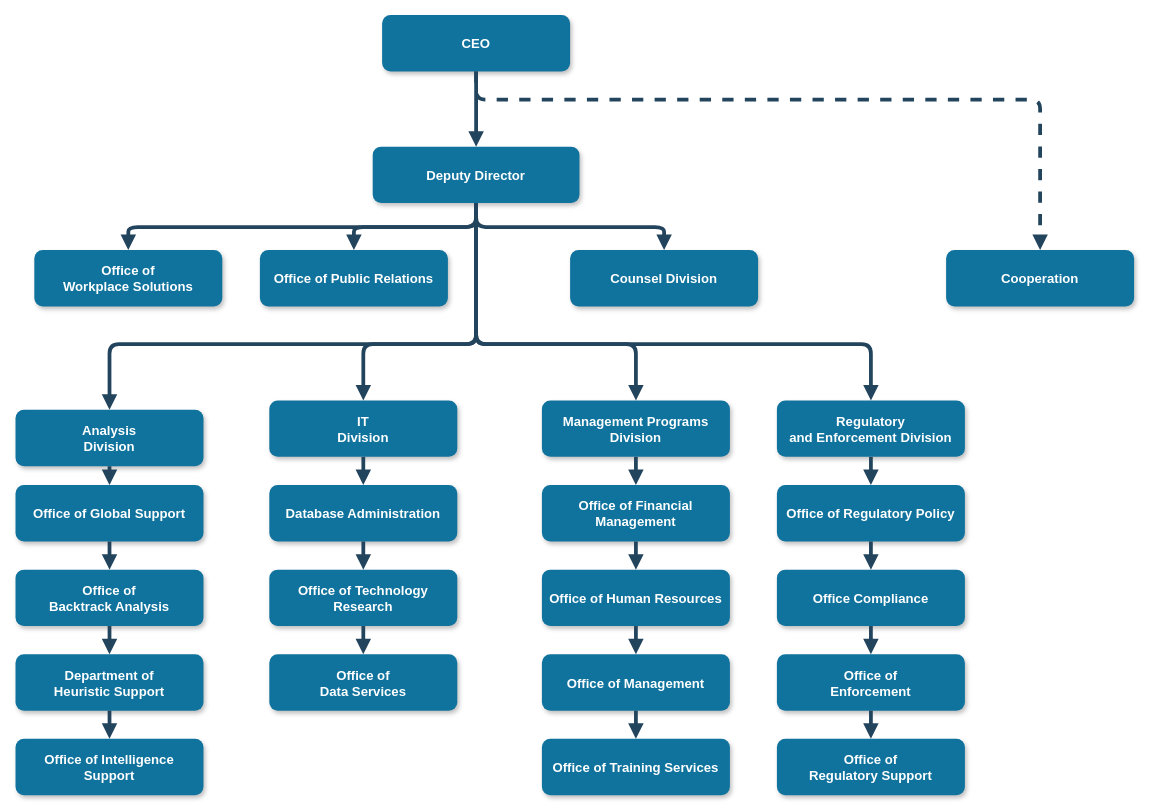
chillin2/MyDraw.io keeps this draw.io diagram as EABS/Document_Pack/ASDD/eabs_asdd_draw_01.drawio. Above is the earlier version. Source tidied: cells renumbered, new cells numbered last; positions are measured from the earlier drawing's top-left corner, leaving out a move shared by most shapes. Both pictures are drawn from the tidied source at 94%, with x=0, y=0 at pixel (15, 15).
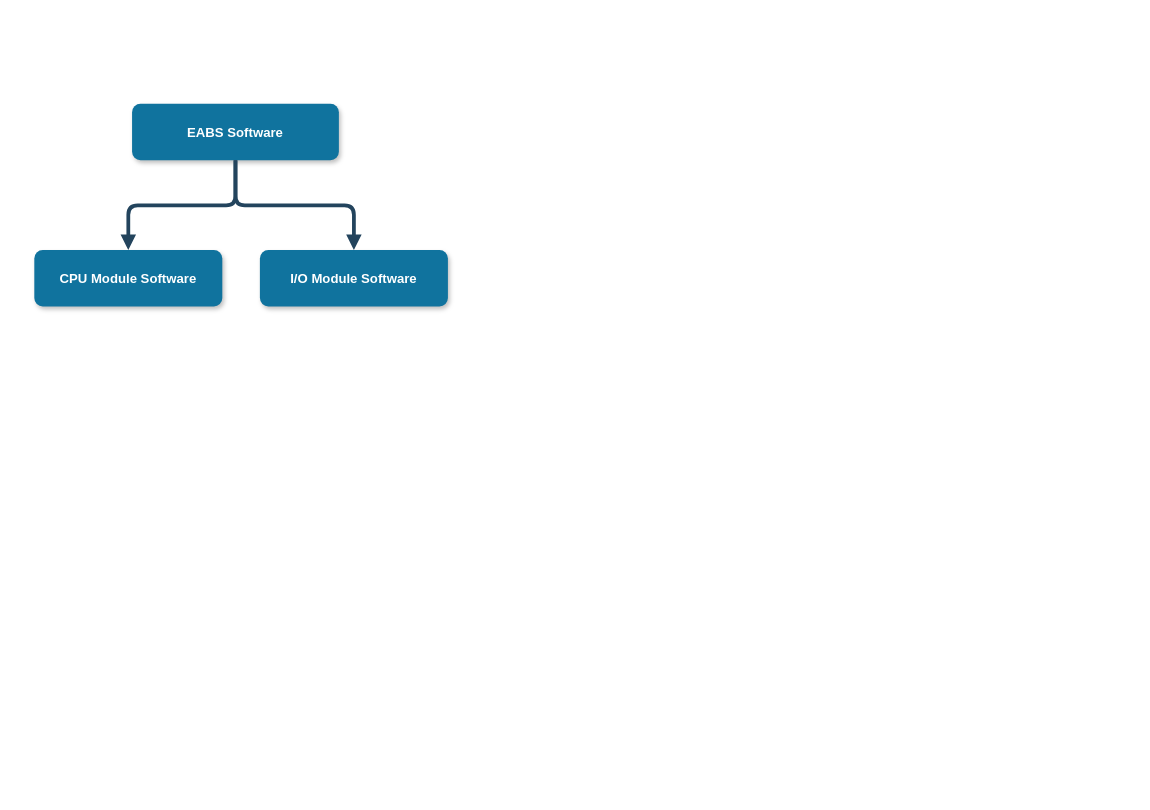
After the change.

Change to the diagram source:
```diff
@@
-    <mxCell id="2" value="CEO" style="rounded=1;fillColor=#10739E;strokeColor=none;shadow=1;gradientColor=none;fontStyle=1;fontColor=#FFFFFF;fontSize=14;" parent="1" vertex="1">
-      <mxGeometry x="390" y="-0.5" width="200" height="60" as="geometry" />
-    </mxCell>
-    <mxCell id="3" value="Deputy Director" style="rounded=1;fillColor=#10739E;strokeColor=none;shadow=1;gradientColor=none;fontStyle=1;fontColor=#FFFFFF;fontSize=14;" parent="1" vertex="1">
-      <mxGeometry x="380" y="139.5" width="220" height="60" as="geometry" />
+    <mxCell id="3" value="EABS Software" style="rounded=1;fillColor=#10739E;strokeColor=none;shadow=1;gradientColor=none;fontStyle=1;fontColor=#FFFFFF;fontSize=14;" parent="1" vertex="1">
+      <mxGeometry x="124" y="94" width="220" height="60" as="geometry" />
     </mxCell>
-    <mxCell id="4" value="Office of &#10;Workplace Solutions" style="rounded=1;fillColor=#10739E;strokeColor=none;shadow=1;gradientColor=none;fontStyle=1;fontColor=#FFFFFF;fontSize=14;" parent="1" vertex="1">
+    <mxCell id="4" value="CPU Module Software" style="rounded=1;fillColor=#10739E;strokeColor=none;shadow=1;gradientColor=none;fontStyle=1;fontColor=#FFFFFF;fontSize=14;" parent="1" vertex="1">
       <mxGeometry x="20" y="249.5" width="200" height="60" as="geometry" />
     </mxCell>
-    <mxCell id="5" value="Office of Public Relations" style="rounded=1;fillColor=#10739E;strokeColor=none;shadow=1;gradientColor=none;fontStyle=1;fontColor=#FFFFFF;fontSize=14;" parent="1" vertex="1">
+    <mxCell id="5" value="I/O Module Software" style="rounded=1;fillColor=#10739E;strokeColor=none;shadow=1;gradientColor=none;fontStyle=1;fontColor=#FFFFFF;fontSize=14;" parent="1" vertex="1">
       <mxGeometry x="260" y="249.5" width="200" height="60" as="geometry" />
     </mxCell>
-    <mxCell id="6" value="Counsel Division" style="rounded=1;fillColor=#10739E;strokeColor=none;shadow=1;gradientColor=none;fontStyle=1;fontColor=#FFFFFF;fontSize=14;" parent="1" vertex="1">
-      <mxGeometry x="590" y="249.5" width="200" height="60" as="geometry" />
-    </mxCell>
-    <mxCell id="7" value="Cooperation" style="rounded=1;fillColor=#10739E;strokeColor=none;shadow=1;gradientColor=none;fontStyle=1;fontColor=#FFFFFF;fontSize=14;" parent="1" vertex="1">
-      <mxGeometry x="990" y="249.5" width="200" height="60" as="geometry" />
-    </mxCell>
-    <mxCell id="8" value="Analysis &#10;Division" style="rounded=1;fillColor=#10739E;strokeColor=none;shadow=1;gradientColor=none;fontStyle=1;fontColor=#FFFFFF;fontSize=14;" parent="1" vertex="1">
-      <mxGeometry y="419.5" width="200" height="60" as="geometry" />
-    </mxCell>
-    <mxCell id="9" value="Office of Global Support" style="rounded=1;fillColor=#10739E;strokeColor=none;shadow=1;gradientColor=none;fontStyle=1;fontColor=#FFFFFF;fontSize=14;" parent="1" vertex="1">
-      <mxGeometry y="499.5" width="200" height="60" as="geometry" />
-    </mxCell>
-    <mxCell id="10" value="Office of &#10;Backtrack Analysis" style="rounded=1;fillColor=#10739E;strokeColor=none;shadow=1;gradientColor=none;fontStyle=1;fontColor=#FFFFFF;fontSize=14;" parent="1" vertex="1">
-      <mxGeometry y="589.5" width="200" height="60" as="geometry" />
-    </mxCell>
-    <mxCell id="11" value="Department of &#10;Heuristic Support" style="rounded=1;fillColor=#10739E;strokeColor=none;shadow=1;gradientColor=none;fontStyle=1;fontColor=#FFFFFF;fontSize=14;" parent="1" vertex="1">
-      <mxGeometry y="679.5" width="200" height="60" as="geometry" />
-    </mxCell>
-    <mxCell id="12" value="Office of Intelligence &#10;Support" style="rounded=1;fillColor=#10739E;strokeColor=none;shadow=1;gradientColor=none;fontStyle=1;fontColor=#FFFFFF;fontSize=14;" parent="1" vertex="1">
-      <mxGeometry y="769.5" width="200" height="60" as="geometry" />
-    </mxCell>
-    <mxCell id="13" value="IT&#10;Division" style="rounded=1;fillColor=#10739E;strokeColor=none;shadow=1;gradientColor=none;fontStyle=1;fontColor=#FFFFFF;fontSize=14;" parent="1" vertex="1">
-      <mxGeometry x="270" y="409.5" width="200" height="60" as="geometry" />
-    </mxCell>
-    <mxCell id="14" value="Database Administration" style="rounded=1;fillColor=#10739E;strokeColor=none;shadow=1;gradientColor=none;fontStyle=1;fontColor=#FFFFFF;fontSize=14;" parent="1" vertex="1">
-      <mxGeometry x="270" y="499.5" width="200" height="60" as="geometry" />
-    </mxCell>
-    <mxCell id="15" value="Office of Technology &#10;Research" style="rounded=1;fillColor=#10739E;strokeColor=none;shadow=1;gradientColor=none;fontStyle=1;fontColor=#FFFFFF;fontSize=14;" parent="1" vertex="1">
-      <mxGeometry x="270" y="589.5" width="200" height="60" as="geometry" />
-    </mxCell>
-    <mxCell id="16" value="Office of&#10;Data Services" style="rounded=1;fillColor=#10739E;strokeColor=none;shadow=1;gradientColor=none;fontStyle=1;fontColor=#FFFFFF;fontSize=14;" parent="1" vertex="1">
-      <mxGeometry x="270" y="679.5" width="200" height="60" as="geometry" />
-    </mxCell>
-    <mxCell id="17" value="Management Programs &#10;Division" style="rounded=1;fillColor=#10739E;strokeColor=none;shadow=1;gradientColor=none;fontStyle=1;fontColor=#FFFFFF;fontSize=14;" parent="1" vertex="1">
-      <mxGeometry x="560" y="409.5" width="200" height="60" as="geometry" />
-    </mxCell>
-    <mxCell id="18" value="Office of Financial &#10;Management" style="rounded=1;fillColor=#10739E;strokeColor=none;shadow=1;gradientColor=none;fontStyle=1;fontColor=#FFFFFF;fontSize=14;" parent="1" vertex="1">
-      <mxGeometry x="560" y="499.5" width="200" height="60" as="geometry" />
-    </mxCell>
-    <mxCell id="19" value="Office of Human Resources" style="rounded=1;fillColor=#10739E;strokeColor=none;shadow=1;gradientColor=none;fontStyle=1;fontColor=#FFFFFF;fontSize=14;" parent="1" vertex="1">
-      <mxGeometry x="560" y="589.5" width="200" height="60" as="geometry" />
-    </mxCell>
-    <mxCell id="20" value="Office of Management " style="rounded=1;fillColor=#10739E;strokeColor=none;shadow=1;gradientColor=none;fontStyle=1;fontColor=#FFFFFF;fontSize=14;" parent="1" vertex="1">
-      <mxGeometry x="560" y="679.5" width="200" height="60" as="geometry" />
-    </mxCell>
-    <mxCell id="21" value="Office of Training Services" style="rounded=1;fillColor=#10739E;strokeColor=none;shadow=1;gradientColor=none;fontStyle=1;fontColor=#FFFFFF;fontSize=14;" parent="1" vertex="1">
-      <mxGeometry x="560" y="769.5" width="200" height="60" as="geometry" />
-    </mxCell>
-    <mxCell id="22" value="Regulatory &#10;and Enforcement Division" style="rounded=1;fillColor=#10739E;strokeColor=none;shadow=1;gradientColor=none;fontStyle=1;fontColor=#FFFFFF;fontSize=14;" parent="1" vertex="1">
-      <mxGeometry x="810" y="409.5" width="200" height="60" as="geometry" />
-    </mxCell>
-    <mxCell id="23" value="Office of Regulatory Policy" style="rounded=1;fillColor=#10739E;strokeColor=none;shadow=1;gradientColor=none;fontStyle=1;fontColor=#FFFFFF;fontSize=14;" parent="1" vertex="1">
-      <mxGeometry x="810" y="499.5" width="200" height="60" as="geometry" />
-    </mxCell>
-    <mxCell id="24" value="Office Compliance" style="rounded=1;fillColor=#10739E;strokeColor=none;shadow=1;gradientColor=none;fontStyle=1;fontColor=#FFFFFF;fontSize=14;" parent="1" vertex="1">
-      <mxGeometry x="810" y="589.5" width="200" height="60" as="geometry" />
-    </mxCell>
-    <mxCell id="25" value="Office of &#10;Enforcement" style="rounded=1;fillColor=#10739E;strokeColor=none;shadow=1;gradientColor=none;fontStyle=1;fontColor=#FFFFFF;fontSize=14;" parent="1" vertex="1">
-      <mxGeometry x="810" y="679.5" width="200" height="60" as="geometry" />
-    </mxCell>
-    <mxCell id="26" value="Office of&#10; Regulatory Support" style="rounded=1;fillColor=#10739E;strokeColor=none;shadow=1;gradientColor=none;fontStyle=1;fontColor=#FFFFFF;fontSize=14;" parent="1" vertex="1">
-      <mxGeometry x="810" y="769.5" width="200" height="60" as="geometry" />
-    </mxCell>
-    <mxCell id="27" style="edgeStyle=elbowEdgeStyle;elbow=vertical;strokeWidth=4;endArrow=block;endFill=1;fontStyle=1;strokeColor=#23445D;" parent="1" edge="1" source="2" target="3">
-      <mxGeometry x="22" y="165.5" as="geometry" />
-    </mxCell>
@@
-    <mxCell id="30" style="edgeStyle=elbowEdgeStyle;elbow=vertical;strokeWidth=4;endArrow=block;endFill=1;fontStyle=1;strokeColor=#23445D;" parent="1" edge="1" source="3" target="6">
-      <mxGeometry x="22" y="165.5" as="geometry" />
-    </mxCell>
-    <mxCell id="31" style="edgeStyle=elbowEdgeStyle;elbow=vertical;strokeWidth=4;endArrow=block;endFill=1;fontStyle=1;dashed=1;strokeColor=#23445D;" parent="1" edge="1" source="2" target="7">
-      <mxGeometry x="22" y="165.5" as="geometry">
-        <Array as="points">
-          <mxPoint x="780" y="89.5" />
-        </Array>
-      </mxGeometry>
-    </mxCell>
-    <mxCell id="32" style="edgeStyle=elbowEdgeStyle;elbow=vertical;strokeWidth=4;endArrow=block;endFill=1;fontStyle=1;strokeColor=#23445D;" parent="1" edge="1" source="3" target="8">
-      <mxGeometry x="22" y="165.5" as="geometry">
-        <Array as="points">
-          <mxPoint x="270" y="349.5" />
-        </Array>
-      </mxGeometry>
-    </mxCell>
-    <mxCell id="33" style="edgeStyle=elbowEdgeStyle;elbow=vertical;strokeWidth=4;endArrow=block;endFill=1;fontStyle=1;strokeColor=#23445D;" parent="1" edge="1" source="3" target="22">
-      <mxGeometry x="22" y="165.5" as="geometry">
-        <Array as="points">
-          <mxPoint x="690" y="349.5" />
-        </Array>
-      </mxGeometry>
-    </mxCell>
-    <mxCell id="34" style="edgeStyle=elbowEdgeStyle;elbow=vertical;strokeWidth=4;endArrow=block;endFill=1;fontStyle=1;strokeColor=#23445D;" parent="1" edge="1" source="8" target="9">
-      <mxGeometry x="62" y="165.5" as="geometry" />
-    </mxCell>
-    <mxCell id="35" style="edgeStyle=elbowEdgeStyle;elbow=vertical;strokeWidth=4;endArrow=block;endFill=1;fontStyle=1;strokeColor=#23445D;" parent="1" edge="1" source="9" target="10">
-      <mxGeometry x="62" y="175.5" as="geometry" />
-    </mxCell>
-    <mxCell id="36" style="edgeStyle=elbowEdgeStyle;elbow=vertical;strokeWidth=4;endArrow=block;endFill=1;fontStyle=1;strokeColor=#23445D;" parent="1" edge="1" source="10" target="11">
-      <mxGeometry x="62" y="185.5" as="geometry" />
-    </mxCell>
-    <mxCell id="37" style="edgeStyle=elbowEdgeStyle;elbow=vertical;strokeWidth=4;endArrow=block;endFill=1;fontStyle=1;strokeColor=#23445D;" parent="1" edge="1" source="11" target="12">
-      <mxGeometry x="62" y="195.5" as="geometry" />
-    </mxCell>
-    <mxCell id="38" style="edgeStyle=elbowEdgeStyle;elbow=vertical;strokeWidth=4;endArrow=block;endFill=1;fontStyle=1;strokeColor=#23445D;" parent="1" edge="1" source="13" target="14">
-      <mxGeometry x="62" y="165.5" as="geometry" />
-    </mxCell>
-    <mxCell id="39" style="edgeStyle=elbowEdgeStyle;elbow=vertical;strokeWidth=4;endArrow=block;endFill=1;fontStyle=1;strokeColor=#23445D;" parent="1" edge="1" source="14" target="15">
-      <mxGeometry x="62" y="175.5" as="geometry" />
-    </mxCell>
-    <mxCell id="40" style="edgeStyle=elbowEdgeStyle;elbow=vertical;strokeWidth=4;endArrow=block;endFill=1;fontStyle=1;strokeColor=#23445D;" parent="1" edge="1" source="15" target="16">
-      <mxGeometry x="62" y="185.5" as="geometry" />
-    </mxCell>
-    <mxCell id="41" style="edgeStyle=elbowEdgeStyle;elbow=vertical;strokeWidth=4;endArrow=block;endFill=1;fontStyle=1;strokeColor=#23445D;" parent="1" edge="1" source="17" target="18">
-      <mxGeometry x="72" y="165.5" as="geometry" />
-    </mxCell>
-    <mxCell id="42" style="edgeStyle=elbowEdgeStyle;elbow=vertical;strokeWidth=4;endArrow=block;endFill=1;fontStyle=1;strokeColor=#23445D;" parent="1" edge="1" source="18" target="19">
-      <mxGeometry x="72" y="175.5" as="geometry" />
-    </mxCell>
-    <mxCell id="43" style="edgeStyle=elbowEdgeStyle;elbow=vertical;strokeWidth=4;endArrow=block;endFill=1;fontStyle=1;strokeColor=#23445D;" parent="1" edge="1" source="19" target="20">
-      <mxGeometry x="72" y="185.5" as="geometry" />
-    </mxCell>
-    <mxCell id="44" style="edgeStyle=elbowEdgeStyle;elbow=vertical;strokeWidth=4;endArrow=block;endFill=1;fontStyle=1;strokeColor=#23445D;" parent="1" edge="1" source="20" target="21">
-      <mxGeometry x="72" y="195.5" as="geometry" />
-    </mxCell>
-    <mxCell id="45" style="edgeStyle=elbowEdgeStyle;elbow=vertical;strokeWidth=4;endArrow=block;endFill=1;fontStyle=1;strokeColor=#23445D;" parent="1" edge="1" source="22" target="23">
-      <mxGeometry x="72" y="165.5" as="geometry" />
-    </mxCell>
-    <mxCell id="46" style="edgeStyle=elbowEdgeStyle;elbow=vertical;strokeWidth=4;endArrow=block;endFill=1;fontStyle=1;strokeColor=#23445D;" parent="1" edge="1" source="23" target="24">
-      <mxGeometry x="72" y="175.5" as="geometry" />
-    </mxCell>
-    <mxCell id="47" style="edgeStyle=elbowEdgeStyle;elbow=vertical;strokeWidth=4;endArrow=block;endFill=1;fontStyle=1;strokeColor=#23445D;" parent="1" edge="1" source="24" target="25">
-      <mxGeometry x="72" y="185.5" as="geometry" />
-    </mxCell>
-    <mxCell id="48" style="edgeStyle=elbowEdgeStyle;elbow=vertical;strokeWidth=4;endArrow=block;endFill=1;fontStyle=1;strokeColor=#23445D;" parent="1" edge="1" source="25" target="26">
-      <mxGeometry x="72" y="195.5" as="geometry" />
-    </mxCell>
-    <mxCell id="49" style="edgeStyle=elbowEdgeStyle;elbow=vertical;strokeWidth=4;endArrow=block;endFill=1;fontStyle=1;strokeColor=#23445D;" parent="1" edge="1" source="3" target="13">
-      <mxGeometry x="22" y="165.5" as="geometry">
-        <Array as="points">
-          <mxPoint x="370" y="349.5" />
-        </Array>
-      </mxGeometry>
-    </mxCell>
-    <mxCell id="50" style="edgeStyle=elbowEdgeStyle;elbow=vertical;strokeWidth=4;endArrow=block;endFill=1;fontStyle=1;strokeColor=#23445D;" parent="1" edge="1" source="3" target="17">
-      <mxGeometry x="22" y="165.5" as="geometry">
-        <Array as="points">
-          <mxPoint x="660" y="349.5" />
-        </Array>
-      </mxGeometry>
-    </mxCell>
```
